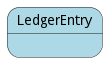
Above: docs/edgemere/aml/ds/pm/models/ledgerentry/statenet.png in madajaju/edgemere (PlantUML), before the change. Its diagram source:
```plantuml
@startuml



state LedgerEntry #lightblue {




}


@enduml
```
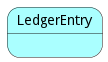
After the commit.

What changed in the source:
```diff
@@ -2,7 +2,7 @@
 
 
 
-state LedgerEntry #lightblue {
+state LedgerEntry #aaffff {
 
 
 
```
